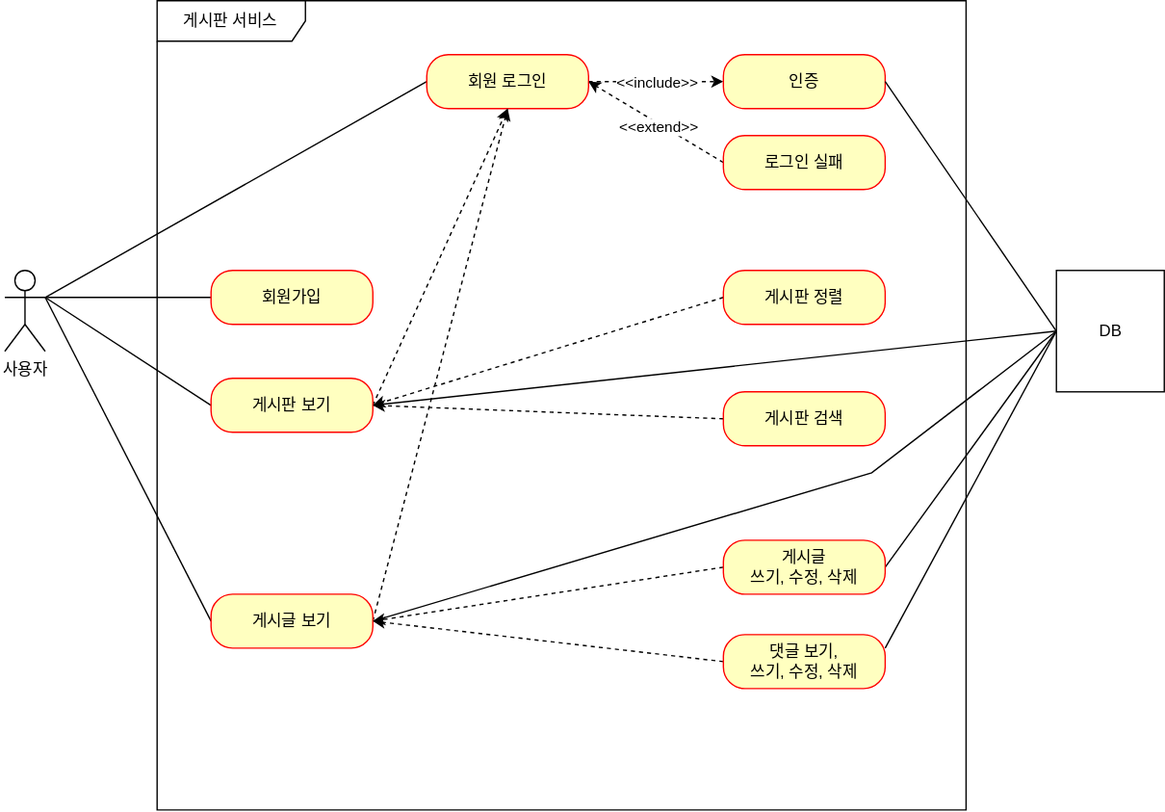
Before: document/use-case.svg, a diagram exported from draw.io (jinnnii/fastcampus-backend-board). Source tidied: cells renumbered, new cells last; positions are measured from the earlier drawing's top-left corner, leaving out a move shared by most shapes.
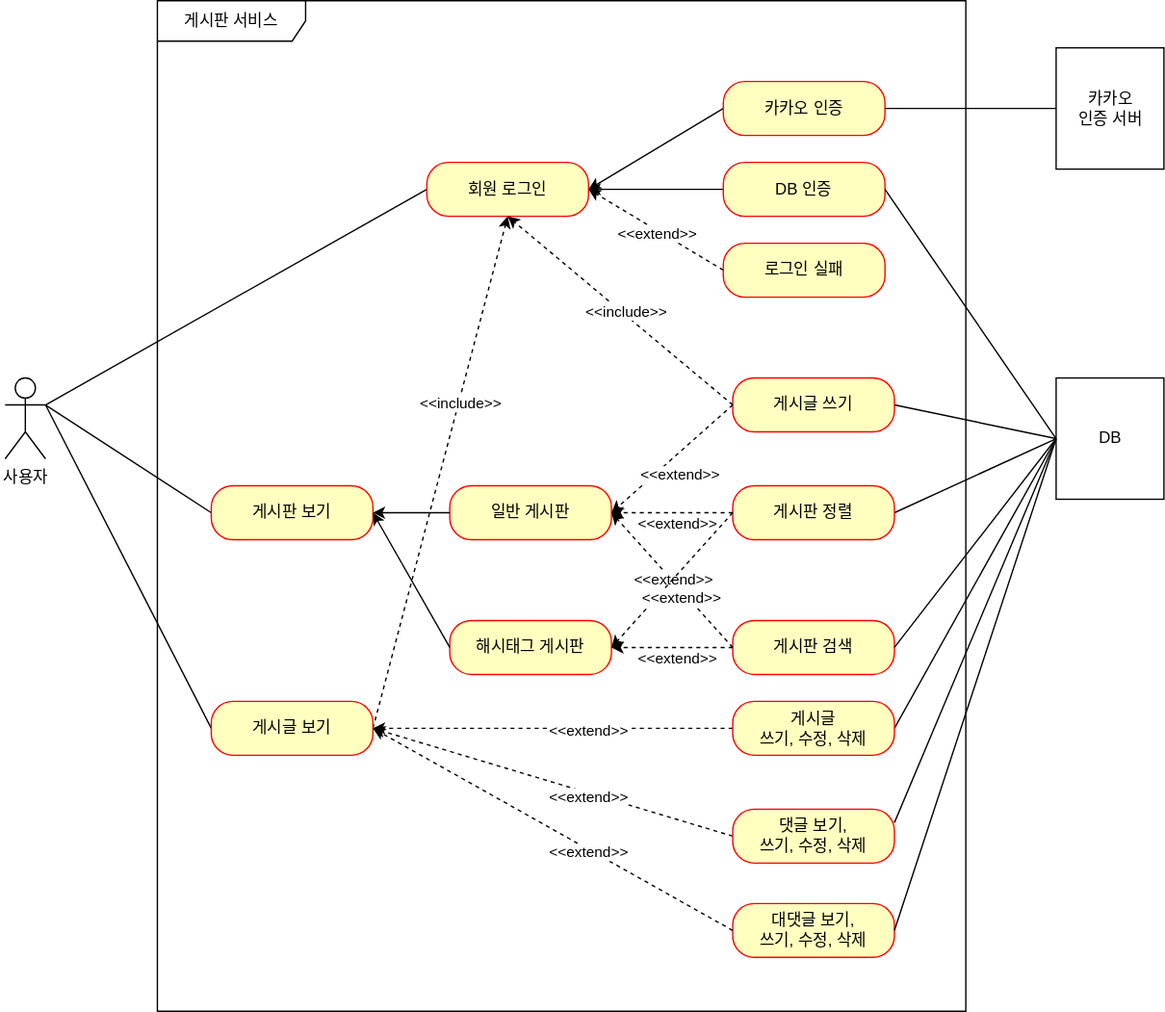
After the change.

Commit message:
#52 - update use-case.svg (kakao, co-coment)

Change to the diagram source:
```diff
@@ -5,3 +5,3 @@
     <mxCell id="2" value="게시판 서비스" style="shape=umlFrame;whiteSpace=wrap;html=1;width=110;height=30;" parent="1" vertex="1">
-      <mxGeometry x="113" width="600" height="600" as="geometry" />
+      <mxGeometry x="113" y="-80" width="600" height="750" as="geometry" />
     </mxCell>
@@ -10,5 +10,5 @@
     </mxCell>
-    <mxCell id="4" style="edgeStyle=none;rounded=0;jettySize=auto;html=1;exitX=1;exitY=0.3333333333333333;exitDx=0;exitDy=0;exitPerimeter=0;entryX=0;entryY=0.5;entryDx=0;entryDy=0;endArrow=none;endFill=0;fontFamily=Helvetica;" parent="1" edge="1" source="7" target="8">
-      <mxGeometry relative="1" as="geometry" />
-    </mxCell>
+    <mxCell id="34" style="edgeStyle=none;rounded=0;jettySize=auto;html=1;exitX=1;exitY=0.5;exitDx=0;exitDy=0;entryX=0;entryY=0.5;entryDx=0;entryDy=0;endArrow=none;endFill=0;fontFamily=Helvetica;" parent="1" edge="1" source="52" target="33">
+      <mxGeometry relative="1" as="geometry" />
+    </mxCell>
     <mxCell id="5" style="edgeStyle=none;rounded=0;jettySize=auto;html=1;exitX=1;exitY=0.3333333333333333;exitDx=0;exitDy=0;exitPerimeter=0;entryX=0;entryY=0.5;entryDx=0;entryDy=0;endArrow=none;endFill=0;fontFamily=Helvetica;" parent="1" edge="1" source="7" target="14">
@@ -22,13 +22,2 @@
     </mxCell>
-    <mxCell id="8" value="회원가입" style="rounded=1;whiteSpace=wrap;html=1;arcSize=40;fontColor=#000000;fillColor=#ffffc0;strokeColor=#ff0000;fontFamily=Helvetica;" parent="1" vertex="1">
-      <mxGeometry x="153" y="200" width="120" height="40" as="geometry" />
-    </mxCell>
-    <mxCell id="9" style="edgeStyle=none;rounded=0;jettySize=auto;html=1;exitX=1;exitY=0.5;exitDx=0;exitDy=0;entryX=0;entryY=0.5;entryDx=0;entryDy=0;endArrow=classic;endFill=1;dashed=1;fontFamily=Helvetica;" parent="1" edge="1" source="11" target="18">
-      <mxGeometry relative="1" as="geometry" />
-    </mxCell>
-    <mxCell id="10" value="&amp;lt;&amp;lt;include&amp;gt;&amp;gt;" style="edgeLabel;html=1;align=center;verticalAlign=middle;fontFamily=Helvetica;" parent="9" vertex="1">
-      <mxGeometry x="-0.35" y="-1" relative="1" as="geometry">
-        <mxPoint x="17" y="-1" as="offset" />
-      </mxGeometry>
-    </mxCell>
     <mxCell id="11" value="회원 로그인" style="rounded=1;whiteSpace=wrap;html=1;arcSize=40;fontColor=#000000;fillColor=#ffffc0;strokeColor=#ff0000;fontFamily=Helvetica;" parent="1" vertex="1">
@@ -36,8 +25,2 @@
     </mxCell>
-    <mxCell id="12" style="edgeStyle=none;rounded=0;jettySize=auto;html=1;exitX=1;exitY=0.5;exitDx=0;exitDy=0;entryX=0.5;entryY=1;entryDx=0;entryDy=0;dashed=1;endArrow=classic;endFill=1;fontFamily=Helvetica;" parent="1" edge="1" source="14" target="11">
-      <mxGeometry relative="1" as="geometry" />
-    </mxCell>
-    <mxCell id="13" style="edgeStyle=none;rounded=0;jettySize=auto;html=1;exitX=1;exitY=0.5;exitDx=0;exitDy=0;entryX=0;entryY=0.5;entryDx=0;entryDy=0;endArrow=none;endFill=0;fontFamily=Helvetica;" parent="1" edge="1" source="14" target="33">
-      <mxGeometry relative="1" as="geometry" />
-    </mxCell>
     <mxCell id="14" value="게시판 보기" style="rounded=1;whiteSpace=wrap;html=1;arcSize=40;fontColor=#000000;fillColor=#ffffc0;strokeColor=#ff0000;fontFamily=Helvetica;" parent="1" vertex="1">
@@ -45,14 +28,10 @@
     </mxCell>
-    <mxCell id="15" style="edgeStyle=none;rounded=0;jettySize=auto;html=1;exitX=1;exitY=0.5;exitDx=0;exitDy=0;dashed=1;endArrow=classic;endFill=1;fontFamily=Helvetica;" parent="1" edge="1" source="17">
-      <mxGeometry relative="1" as="geometry">
-        <mxPoint x="373" y="80" as="targetPoint" />
-      </mxGeometry>
-    </mxCell>
-    <mxCell id="16" style="edgeStyle=none;rounded=0;jettySize=auto;html=1;exitX=1;exitY=0.5;exitDx=0;exitDy=0;entryX=0;entryY=0.5;entryDx=0;entryDy=0;endArrow=none;endFill=0;fontFamily=Helvetica;" parent="1" edge="1" source="17" target="33">
-      <mxGeometry relative="1" as="geometry">
-        <Array as="points">
-          <mxPoint x="643" y="350" />
-        </Array>
-      </mxGeometry>
-    </mxCell>
+    <mxCell id="35" style="edgeStyle=none;rounded=0;jettySize=auto;html=1;exitX=1;exitY=0.5;exitDx=0;exitDy=0;dashed=1;endArrow=classic;endFill=1;fontFamily=Helvetica;" parent="1" edge="1" source="17">
+      <mxGeometry relative="1" as="geometry">
+        <mxPoint x="373" y="80" as="targetPoint" />
+      </mxGeometry>
+    </mxCell>
+    <mxCell id="36" style="edgeStyle=none;rounded=0;jettySize=auto;html=1;exitX=1;exitY=0.5;exitDx=0;exitDy=0;entryX=0;entryY=0.5;entryDx=0;entryDy=0;endArrow=none;endFill=0;fontFamily=Helvetica;startArrow=none;" parent="1" edge="1" source="23" target="33">
+      <mxGeometry relative="1" as="geometry" />
+    </mxCell>
     <mxCell id="17" value="게시글 보기" style="rounded=1;whiteSpace=wrap;html=1;arcSize=40;fontColor=#000000;fillColor=#ffffc0;strokeColor=#ff0000;fontFamily=Helvetica;" parent="1" vertex="1">
@@ -60,5 +39,8 @@
     </mxCell>
-    <mxCell id="18" value="인증" style="rounded=1;whiteSpace=wrap;html=1;arcSize=40;fontColor=#000000;fillColor=#ffffc0;strokeColor=#ff0000;fontFamily=Helvetica;" parent="1" vertex="1">
-      <mxGeometry x="533" y="40" width="120" height="40" as="geometry" />
-    </mxCell>
+    <mxCell id="37" style="edgeStyle=orthogonalEdgeStyle;rounded=0;jettySize=auto;html=1;exitX=0;exitY=0.5;exitDx=0;exitDy=0;entryX=1;entryY=0.5;entryDx=0;entryDy=0;" parent="1" edge="1" source="38" target="11">
+      <mxGeometry relative="1" as="geometry" />
+    </mxCell>
+    <mxCell id="38" value="DB 인증" style="rounded=1;whiteSpace=wrap;html=1;arcSize=40;fontColor=#000000;fillColor=#ffffc0;strokeColor=#ff0000;fontFamily=Helvetica;" parent="1" vertex="1">
+      <mxGeometry x="533" y="40" width="120" height="40" as="geometry" />
+    </mxCell>
     <mxCell id="19" style="edgeStyle=none;rounded=0;jettySize=auto;html=1;exitX=0;exitY=0.5;exitDx=0;exitDy=0;entryX=1;entryY=0.5;entryDx=0;entryDy=0;dashed=1;endArrow=classic;endFill=1;fontFamily=Helvetica;" parent="1" edge="1" source="21" target="11">
@@ -66,7 +48,7 @@
     </mxCell>
-    <mxCell id="20" value="&amp;lt;&amp;lt;extend&amp;gt;&amp;gt;" style="edgeLabel;html=1;align=center;verticalAlign=middle;fontFamily=Helvetica;" parent="19" vertex="1">
-      <mxGeometry x="0.13" y="4" relative="1" as="geometry">
-        <mxPoint x="9" y="3" as="offset" />
-      </mxGeometry>
-    </mxCell>
+    <mxCell id="39" value="&amp;lt;&amp;lt;extend&amp;gt;&amp;gt;" style="edgeLabel;html=1;align=center;verticalAlign=middle;fontFamily=Helvetica;" parent="19" vertex="1">
+      <mxGeometry x="0.13" y="4" relative="1" as="geometry">
+        <mxPoint x="9" y="3" as="offset" />
+      </mxGeometry>
+    </mxCell>
     <mxCell id="21" value="로그인 실패" style="rounded=1;whiteSpace=wrap;html=1;arcSize=40;fontColor=#000000;fillColor=#ffffc0;strokeColor=#ff0000;fontFamily=Helvetica;" parent="1" vertex="1">
@@ -74,21 +56,10 @@
     </mxCell>
-    <mxCell id="22" style="edgeStyle=none;rounded=0;jettySize=auto;html=1;exitX=0;exitY=0.5;exitDx=0;exitDy=0;entryX=1;entryY=0.5;entryDx=0;entryDy=0;dashed=1;endArrow=classic;endFill=1;fontFamily=Helvetica;" parent="1" edge="1" source="23" target="14">
-      <mxGeometry relative="1" as="geometry" />
-    </mxCell>
-    <mxCell id="23" value="게시판 정렬" style="rounded=1;whiteSpace=wrap;html=1;arcSize=40;fontColor=#000000;fillColor=#ffffc0;strokeColor=#ff0000;fontFamily=Helvetica;" parent="1" vertex="1">
-      <mxGeometry x="533" y="200" width="120" height="40" as="geometry" />
-    </mxCell>
-    <mxCell id="24" style="edgeStyle=none;rounded=0;jettySize=auto;html=1;exitX=0;exitY=0.5;exitDx=0;exitDy=0;dashed=1;endArrow=classic;endFill=1;fontFamily=Helvetica;" parent="1" edge="1" source="25">
-      <mxGeometry relative="1" as="geometry">
-        <mxPoint x="273" y="300" as="targetPoint" />
-      </mxGeometry>
-    </mxCell>
     <mxCell id="25" value="게시판 검색" style="rounded=1;whiteSpace=wrap;html=1;arcSize=40;fontColor=#000000;fillColor=#ffffc0;strokeColor=#ff0000;fontFamily=Helvetica;" parent="1" vertex="1">
-      <mxGeometry x="533" y="290" width="120" height="40" as="geometry" />
+      <mxGeometry x="540" y="380" width="120" height="40" as="geometry" />
     </mxCell>
-    <mxCell id="26" style="edgeStyle=none;rounded=0;jettySize=auto;html=1;exitX=0;exitY=0.5;exitDx=0;exitDy=0;dashed=1;endArrow=classic;endFill=1;fontFamily=Helvetica;" parent="1" edge="1" source="28">
-      <mxGeometry relative="1" as="geometry">
-        <mxPoint x="273" y="460" as="targetPoint" />
-      </mxGeometry>
-    </mxCell>
+    <mxCell id="40" style="edgeStyle=none;rounded=0;jettySize=auto;html=1;exitX=0;exitY=0.5;exitDx=0;exitDy=0;dashed=1;endArrow=classic;endFill=1;fontFamily=Helvetica;" parent="1" edge="1" source="28">
+      <mxGeometry relative="1" as="geometry">
+        <mxPoint x="273" y="460" as="targetPoint" />
+      </mxGeometry>
+    </mxCell>
     <mxCell id="27" style="edgeStyle=none;rounded=0;jettySize=auto;html=1;exitX=1;exitY=0.5;exitDx=0;exitDy=0;endArrow=none;endFill=0;entryX=0;entryY=0.5;entryDx=0;entryDy=0;fontFamily=Helvetica;" parent="1" edge="1" source="28" target="33">
@@ -97,9 +68,9 @@
     <mxCell id="28" value="게시글 &lt;br&gt;쓰기, 수정, 삭제" style="rounded=1;whiteSpace=wrap;html=1;arcSize=40;fontColor=#000000;fillColor=#ffffc0;strokeColor=#ff0000;fontFamily=Helvetica;" parent="1" vertex="1">
-      <mxGeometry x="533" y="400" width="120" height="40" as="geometry" />
+      <mxGeometry x="540" y="440" width="120" height="40" as="geometry" />
     </mxCell>
-    <mxCell id="29" style="edgeStyle=none;rounded=0;jettySize=auto;html=1;exitX=0;exitY=0.5;exitDx=0;exitDy=0;dashed=1;endArrow=classic;endFill=1;fontFamily=Helvetica;" parent="1" edge="1" source="31">
-      <mxGeometry relative="1" as="geometry">
-        <mxPoint x="273" y="460" as="targetPoint" />
-      </mxGeometry>
-    </mxCell>
+    <mxCell id="41" style="edgeStyle=none;rounded=0;jettySize=auto;html=1;exitX=0;exitY=0.5;exitDx=0;exitDy=0;dashed=1;endArrow=classic;endFill=1;fontFamily=Helvetica;" parent="1" edge="1" source="31">
+      <mxGeometry relative="1" as="geometry">
+        <mxPoint x="273" y="460" as="targetPoint" />
+      </mxGeometry>
+    </mxCell>
     <mxCell id="30" style="edgeStyle=none;rounded=0;jettySize=auto;html=1;exitX=1;exitY=0.25;exitDx=0;exitDy=0;entryX=0;entryY=0.5;entryDx=0;entryDy=0;endArrow=none;endFill=0;fontFamily=Helvetica;" parent="1" edge="1" source="31" target="33">
@@ -108,7 +79,7 @@
     <mxCell id="31" value="댓글 보기,&lt;br&gt;쓰기, 수정, 삭제" style="rounded=1;whiteSpace=wrap;html=1;arcSize=40;fontColor=#000000;fillColor=#ffffc0;strokeColor=#ff0000;fontFamily=Helvetica;" parent="1" vertex="1">
-      <mxGeometry x="533" y="470" width="120" height="40" as="geometry" />
+      <mxGeometry x="540" y="520" width="120" height="40" as="geometry" />
     </mxCell>
-    <mxCell id="32" style="edgeStyle=none;rounded=0;jettySize=auto;html=1;exitX=0;exitY=0.5;exitDx=0;exitDy=0;entryX=1;entryY=0.5;entryDx=0;entryDy=0;endArrow=none;endFill=0;fontFamily=Helvetica;" parent="1" edge="1" source="33" target="18">
-      <mxGeometry relative="1" as="geometry" />
-    </mxCell>
+    <mxCell id="42" style="edgeStyle=none;rounded=0;jettySize=auto;html=1;exitX=0;exitY=0.5;exitDx=0;exitDy=0;entryX=1;entryY=0.5;entryDx=0;entryDy=0;endArrow=none;endFill=0;fontFamily=Helvetica;" parent="1" edge="1" source="33" target="38">
+      <mxGeometry relative="1" as="geometry" />
+    </mxCell>
     <mxCell id="33" value="DB" style="html=1;fontFamily=Helvetica;" parent="1" vertex="1">
@@ -116,2 +87,110 @@
     </mxCell>
+    <mxCell id="43" value="일반 게시판" style="rounded=1;whiteSpace=wrap;html=1;arcSize=40;fontColor=#000000;fillColor=#ffffc0;strokeColor=#ff0000;fontFamily=Helvetica;" parent="1" vertex="1">
+      <mxGeometry x="330" y="280" width="120" height="40" as="geometry" />
+    </mxCell>
+    <mxCell id="44" value="해시태그 게시판" style="rounded=1;whiteSpace=wrap;html=1;arcSize=40;fontColor=#000000;fillColor=#ffffc0;strokeColor=#ff0000;fontFamily=Helvetica;" parent="1" vertex="1">
+      <mxGeometry x="330" y="380" width="120" height="40" as="geometry" />
+    </mxCell>
+    <mxCell id="45" style="endArrow=classic;html=1;rounded=0;entryX=1;entryY=0.5;entryDx=0;entryDy=0;exitX=0;exitY=0.5;exitDx=0;exitDy=0;" parent="1" edge="1" source="43" target="14">
+      <mxGeometry relative="1" as="geometry" />
+    </mxCell>
+    <mxCell id="46" style="endArrow=classic;html=1;rounded=0;entryX=1;entryY=0.5;entryDx=0;entryDy=0;exitX=0;exitY=0.5;exitDx=0;exitDy=0;" parent="1" edge="1" source="44" target="14">
+      <mxGeometry relative="1" as="geometry" />
+    </mxCell>
+    <mxCell id="47" value="대댓글 보기,&lt;br&gt;쓰기, 수정, 삭제" style="rounded=1;whiteSpace=wrap;html=1;arcSize=40;fontColor=#000000;fillColor=#ffffc0;strokeColor=#ff0000;fontFamily=Helvetica;" parent="1" vertex="1">
+      <mxGeometry x="540" y="590" width="120" height="40" as="geometry" />
+    </mxCell>
+    <mxCell id="48" style="edgeStyle=none;rounded=0;jettySize=auto;html=1;dashed=1;endArrow=classic;endFill=1;fontFamily=Helvetica;exitX=0;exitY=0.5;exitDx=0;exitDy=0;entryX=1;entryY=0.5;entryDx=0;entryDy=0;" parent="1" edge="1" source="47" target="17">
+      <mxGeometry relative="1" as="geometry" />
+    </mxCell>
+    <mxCell id="49" value="&amp;lt;&amp;lt;extend&amp;gt;&amp;gt;" style="edgeLabel;html=1;align=center;verticalAlign=middle;fontFamily=Helvetica;" parent="1" vertex="1">
+      <mxGeometry x="433" y="510" as="geometry" />
+    </mxCell>
+    <mxCell id="50" value="&amp;lt;&amp;lt;extend&amp;gt;&amp;gt;" style="edgeLabel;html=1;align=center;verticalAlign=middle;fontFamily=Helvetica;" parent="1" vertex="1">
+      <mxGeometry x="440" y="510" as="geometry">
+        <mxPoint x="-7" y="41" as="offset" />
+      </mxGeometry>
+    </mxCell>
+    <mxCell id="51" value="&amp;lt;&amp;lt;extend&amp;gt;&amp;gt;" style="edgeLabel;html=1;align=center;verticalAlign=middle;fontFamily=Helvetica;" parent="1" vertex="1">
+      <mxGeometry x="440" y="420" as="geometry">
+        <mxPoint x="-7" y="41" as="offset" />
+      </mxGeometry>
+    </mxCell>
+    <mxCell id="52" value="게시글 쓰기" style="rounded=1;whiteSpace=wrap;html=1;arcSize=40;fontColor=#000000;fillColor=#ffffc0;strokeColor=#ff0000;fontFamily=Helvetica;" parent="1" vertex="1">
+      <mxGeometry x="540" y="200" width="120" height="40" as="geometry" />
+    </mxCell>
+    <mxCell id="23" value="게시판 정렬" style="rounded=1;whiteSpace=wrap;html=1;arcSize=40;fontColor=#000000;fillColor=#ffffc0;strokeColor=#ff0000;fontFamily=Helvetica;" parent="1" vertex="1">
+      <mxGeometry x="540" y="280" width="120" height="40" as="geometry" />
+    </mxCell>
+    <mxCell id="53" style="edgeStyle=none;rounded=0;jettySize=auto;html=1;exitX=0;exitY=0.5;exitDx=0;exitDy=0;entryX=1;entryY=0.5;entryDx=0;entryDy=0;dashed=1;endArrow=classic;endFill=1;fontFamily=Helvetica;" parent="1" edge="1" source="52" target="43">
+      <mxGeometry relative="1" as="geometry" />
+    </mxCell>
+    <mxCell id="54" value="&amp;lt;&amp;lt;extend&amp;gt;&amp;gt;" style="edgeLabel;html=1;align=center;verticalAlign=middle;fontFamily=Helvetica;" parent="53" vertex="1">
+      <mxGeometry x="0.13" y="4" relative="1" as="geometry">
+        <mxPoint x="9" y="3" as="offset" />
+      </mxGeometry>
+    </mxCell>
+    <mxCell id="55" style="edgeStyle=none;rounded=0;jettySize=auto;html=1;exitX=0;exitY=0.5;exitDx=0;exitDy=0;entryX=1;entryY=0.5;entryDx=0;entryDy=0;dashed=1;endArrow=classic;endFill=1;fontFamily=Helvetica;" parent="1" edge="1" source="23" target="43">
+      <mxGeometry relative="1" as="geometry" />
+    </mxCell>
+    <mxCell id="56" value="&amp;lt;&amp;lt;extend&amp;gt;&amp;gt;" style="edgeLabel;html=1;align=center;verticalAlign=middle;fontFamily=Helvetica;" parent="55" vertex="1">
+      <mxGeometry x="0.13" y="4" relative="1" as="geometry">
+        <mxPoint x="9" y="3" as="offset" />
+      </mxGeometry>
+    </mxCell>
+    <mxCell id="57" style="edgeStyle=none;rounded=0;jettySize=auto;html=1;exitX=0;exitY=0.5;exitDx=0;exitDy=0;entryX=1;entryY=0.5;entryDx=0;entryDy=0;dashed=1;endArrow=classic;endFill=1;fontFamily=Helvetica;" parent="1" edge="1" source="25" target="43">
+      <mxGeometry relative="1" as="geometry" />
+    </mxCell>
+    <mxCell id="58" value="&amp;lt;&amp;lt;extend&amp;gt;&amp;gt;" style="edgeLabel;html=1;align=center;verticalAlign=middle;fontFamily=Helvetica;" parent="57" vertex="1">
+      <mxGeometry x="0.13" y="4" relative="1" as="geometry">
+        <mxPoint x="9" y="3" as="offset" />
+      </mxGeometry>
+    </mxCell>
+    <mxCell id="59" style="edgeStyle=none;rounded=0;jettySize=auto;html=1;exitX=0;exitY=0.5;exitDx=0;exitDy=0;entryX=1;entryY=0.5;entryDx=0;entryDy=0;dashed=1;endArrow=classic;endFill=1;fontFamily=Helvetica;" parent="1" edge="1" source="23" target="44">
+      <mxGeometry relative="1" as="geometry" />
+    </mxCell>
+    <mxCell id="60" value="&amp;lt;&amp;lt;extend&amp;gt;&amp;gt;" style="edgeLabel;html=1;align=center;verticalAlign=middle;fontFamily=Helvetica;" parent="59" vertex="1">
+      <mxGeometry x="0.13" y="4" relative="1" as="geometry">
+        <mxPoint x="9" y="3" as="offset" />
+      </mxGeometry>
+    </mxCell>
+    <mxCell id="61" style="edgeStyle=none;rounded=0;jettySize=auto;html=1;exitX=0;exitY=0.5;exitDx=0;exitDy=0;entryX=1;entryY=0.5;entryDx=0;entryDy=0;dashed=1;endArrow=classic;endFill=1;fontFamily=Helvetica;" parent="1" edge="1" source="25" target="44">
+      <mxGeometry relative="1" as="geometry" />
+    </mxCell>
+    <mxCell id="62" value="&amp;lt;&amp;lt;extend&amp;gt;&amp;gt;" style="edgeLabel;html=1;align=center;verticalAlign=middle;fontFamily=Helvetica;" parent="61" vertex="1">
+      <mxGeometry x="0.13" y="4" relative="1" as="geometry">
+        <mxPoint x="9" y="3" as="offset" />
+      </mxGeometry>
+    </mxCell>
+    <mxCell id="63" style="edgeStyle=none;rounded=0;jettySize=auto;html=1;exitX=1;exitY=0.5;exitDx=0;exitDy=0;entryX=0;entryY=0.5;entryDx=0;entryDy=0;endArrow=none;endFill=0;fontFamily=Helvetica;" parent="1" edge="1" source="25" target="33">
+      <mxGeometry relative="1" as="geometry" />
+    </mxCell>
+    <mxCell id="64" style="edgeStyle=none;rounded=0;jettySize=auto;html=1;exitX=1;exitY=0.5;exitDx=0;exitDy=0;endArrow=none;endFill=0;entryX=0;entryY=0.5;entryDx=0;entryDy=0;fontFamily=Helvetica;" parent="1" edge="1" source="47" target="33">
+      <mxGeometry relative="1" as="geometry" />
+    </mxCell>
+    <mxCell id="10" value="&amp;lt;&amp;lt;include&amp;gt;&amp;gt;" style="edgeLabel;html=1;align=center;verticalAlign=middle;fontFamily=Helvetica;" parent="1" vertex="1">
+      <mxGeometry x="510" y="330" as="geometry">
+        <mxPoint x="-173" y="-112" as="offset" />
+      </mxGeometry>
+    </mxCell>
+    <mxCell id="65" style="edgeStyle=none;rounded=0;jettySize=auto;html=1;exitX=0;exitY=0.5;exitDx=0;exitDy=0;dashed=1;endArrow=classic;endFill=1;fontFamily=Helvetica;entryX=0.5;entryY=1;entryDx=0;entryDy=0;" parent="1" edge="1" source="52" target="11">
+      <mxGeometry relative="1" as="geometry" />
+    </mxCell>
+    <mxCell id="66" value="&amp;lt;&amp;lt;include&amp;gt;&amp;gt;" style="edgeLabel;html=1;align=center;verticalAlign=middle;" parent="65" vertex="1">
+      <mxGeometry x="-0.28" y="3" relative="1" as="geometry">
+        <mxPoint x="-18" y="-22" as="offset" />
+      </mxGeometry>
+    </mxCell>
+    <mxCell id="67" style="rounded=0;jettySize=auto;html=1;exitX=0;exitY=0.5;exitDx=0;exitDy=0;entryX=1;entryY=0.5;entryDx=0;entryDy=0;" parent="1" edge="1" source="68" target="11">
+      <mxGeometry relative="1" as="geometry" />
+    </mxCell>
+    <mxCell id="68" value="카카오 인증" style="rounded=1;whiteSpace=wrap;html=1;arcSize=40;fontColor=#000000;fillColor=#ffffc0;strokeColor=#ff0000;fontFamily=Helvetica;" parent="1" vertex="1">
+      <mxGeometry x="533" y="-20" width="120" height="40" as="geometry" />
+    </mxCell>
+    <mxCell id="69" style="edgeStyle=orthogonalEdgeStyle;rounded=0;jettySize=auto;html=1;exitX=0;exitY=0.5;exitDx=0;exitDy=0;endArrow=none;endFill=0;" parent="1" edge="1" source="70" target="68">
+      <mxGeometry relative="1" as="geometry" />
+    </mxCell>
+    <mxCell id="70" value="카카오&lt;br&gt;인증 서버" style="html=1;fontFamily=Helvetica;" parent="1" vertex="1">
+      <mxGeometry x="780" y="-45" width="80" height="90" as="geometry" />
+    </mxCell>
   </root>
```
